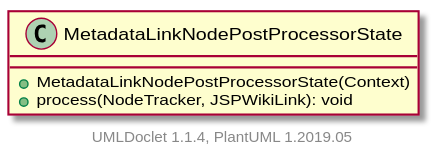
apache/jspwiki-site keeps this PlantUML diagram as apidocs/2.11.0.M8-SNAPSHOT/org/apache/wiki/markdown/extensions/jspwikilinks/postprocessor/MetadataLinkNodePostProcessorState.svg. Above is the earlier version.
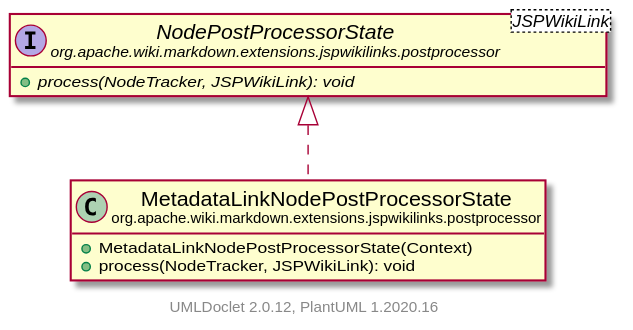
Above is the later version.

The edit, as a diff of the source:
```diff
@@ -1,10 +1,18 @@
 @startuml
+    set namespaceSeparator none
+    hide empty fields
+    hide empty methods
 
-    class MetadataLinkNodePostProcessorState [[MetadataLinkNodePostProcessorState.html]] {
+    class "<size:14>MetadataLinkNodePostProcessorState\n<size:10>org.apache.wiki.markdown.extensions.jspwikilinks.postprocessor" as org.apache.wiki.markdown.extensions.jspwikilinks.postprocessor.MetadataLinkNodePostProcessorState [[MetadataLinkNodePostProcessorState.html]] {
         +MetadataLinkNodePostProcessorState(Context)
         +process(NodeTracker, JSPWikiLink): void
     }
 
+    interface "<size:14>NodePostProcessorState\n<size:10>org.apache.wiki.markdown.extensions.jspwikilinks.postprocessor" as org.apache.wiki.markdown.extensions.jspwikilinks.postprocessor.NodePostProcessorState<JSPWikiLink> [[NodePostProcessorState.html]] {
+        {abstract} +process(NodeTracker, JSPWikiLink): void
+    }
 
-    center footer UMLDoclet 1.1.4, PlantUML 1.2019.05
+    org.apache.wiki.markdown.extensions.jspwikilinks.postprocessor.NodePostProcessorState <|.. org.apache.wiki.markdown.extensions.jspwikilinks.postprocessor.MetadataLinkNodePostProcessorState
+
+    center footer UMLDoclet 2.0.12, PlantUML 1.2020.16
 @enduml
```
